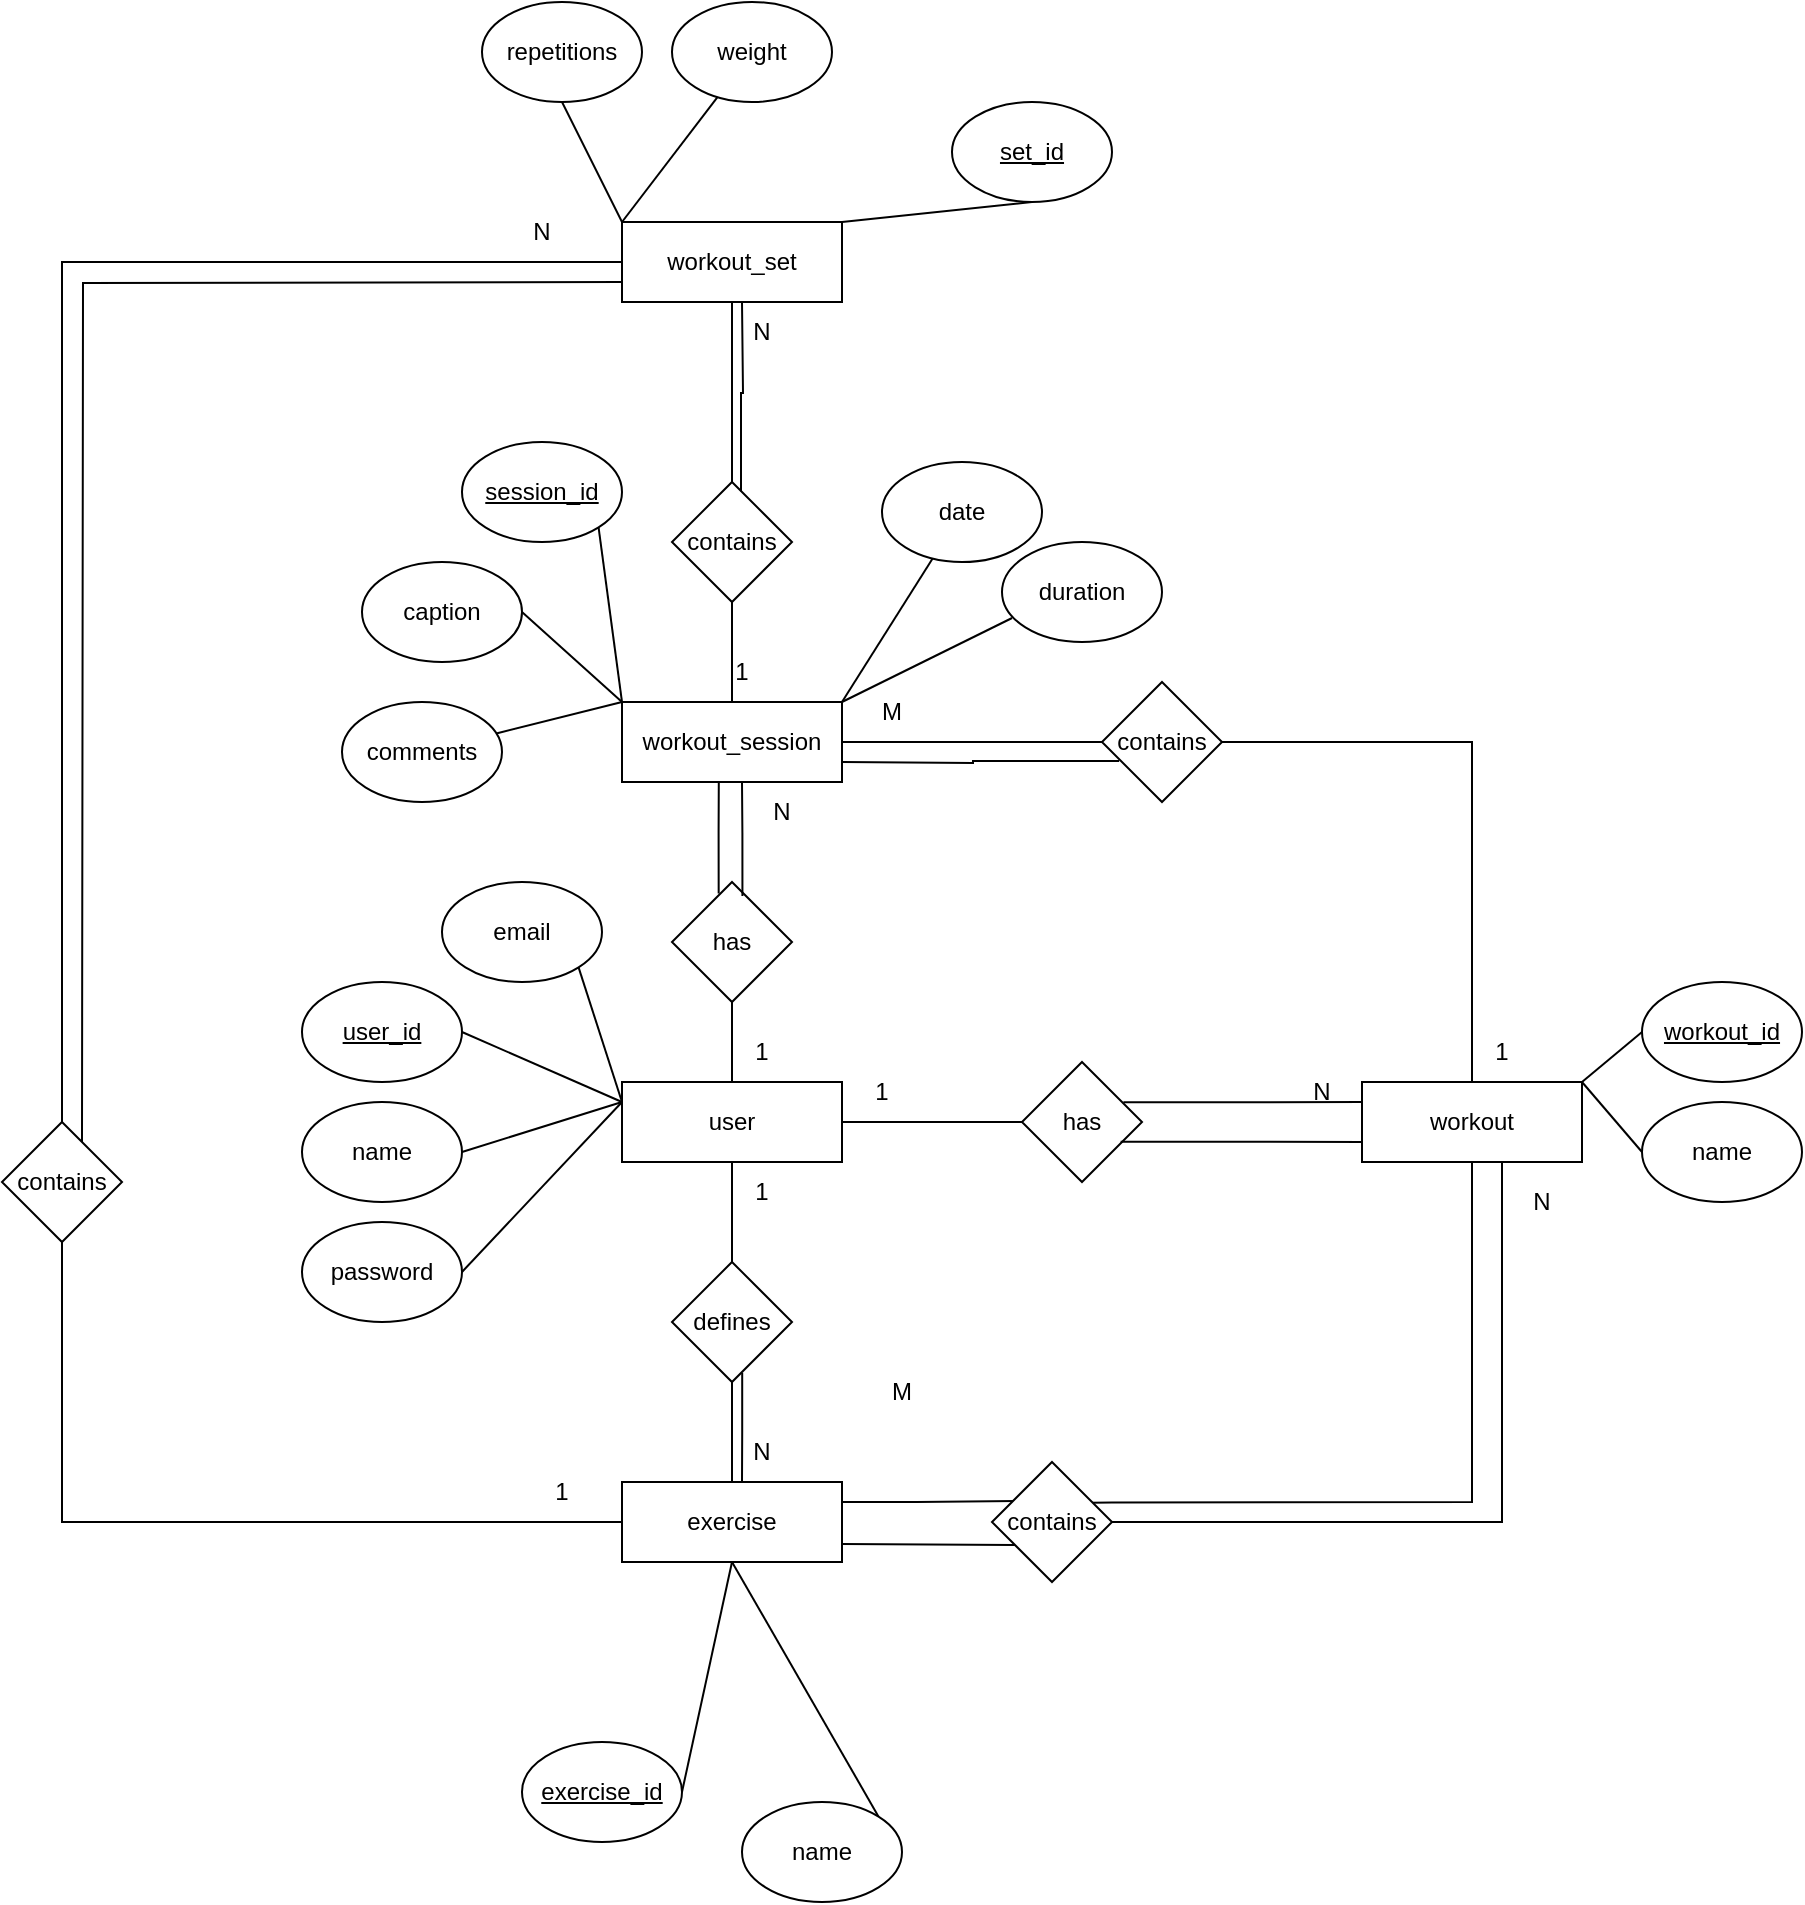
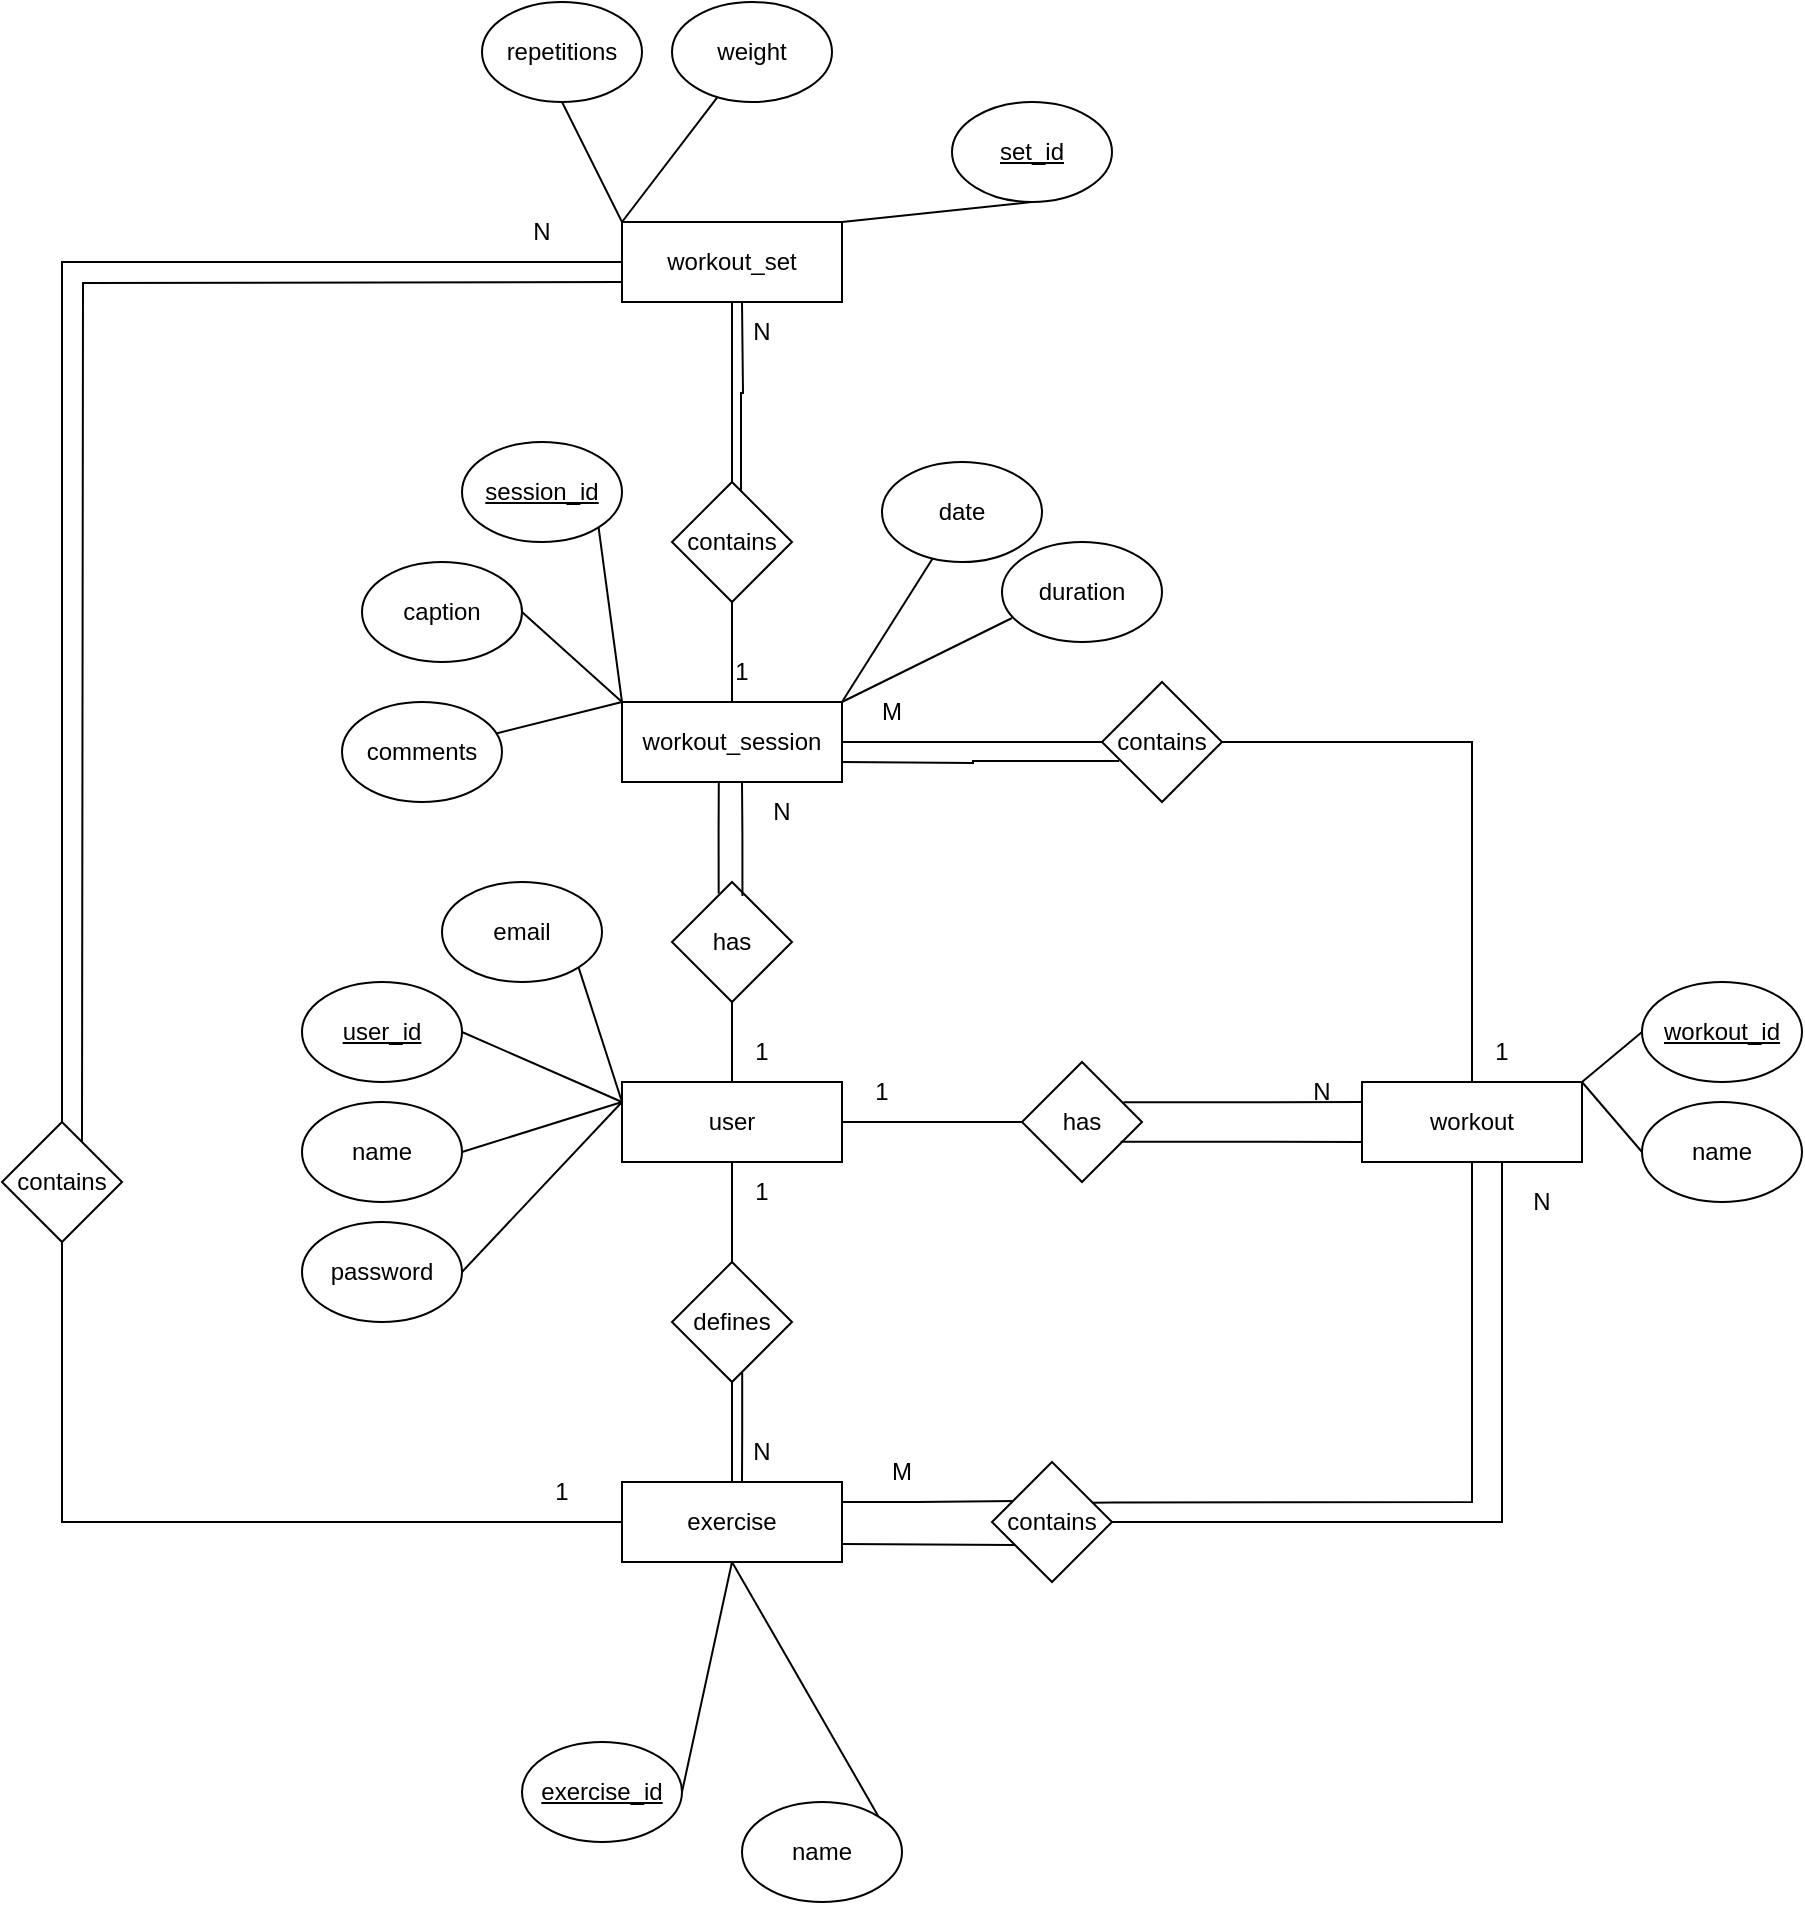
- <mxfile host="app.diagrams.net" agent="Mozilla/5.0 (Windows NT 10.0; Win64; x64) AppleWebKit/537.36 (KHTML, like Gecko) Chrome/144.0.0.0 Safari/537.36" version="29.3.8">
+ <mxfile host="app.diagrams.net" agent="Mozilla/5.0 (Windows NT 10.0; Win64; x64) AppleWebKit/537.36 (KHTML, like Gecko) Chrome/145.0.0.0 Safari/537.36" version="29.5.0">
  <diagram name="Page-1" id="24NxAGYDteIcFONQerQG">
-     <mxGraphModel dx="2063" dy="1723" grid="1" gridSize="10" guides="1" tooltips="1" connect="1" arrows="1" fold="1" page="1" pageScale="1" pageWidth="850" pageHeight="1100" math="0" shadow="0">
+     <mxGraphModel dx="2127" dy="1756" grid="1" gridSize="10" guides="1" tooltips="1" connect="1" arrows="1" fold="1" page="1" pageScale="1" pageWidth="850" pageHeight="1100" math="0" shadow="0">
      <root>
        <mxCell id="0" />
        <mxCell id="1" parent="0" />
        <mxCell id="qYIbFZwFZkYUylo6OnT9-51" edge="1" parent="1" source="qYIbFZwFZkYUylo6OnT9-1" style="edgeStyle=orthogonalEdgeStyle;rounded=0;orthogonalLoop=1;jettySize=auto;html=1;exitX=0.5;exitY=0;exitDx=0;exitDy=0;endArrow=none;endFill=0;" target="qYIbFZwFZkYUylo6OnT9-11">
          <mxGeometry relative="1" as="geometry" />
        </mxCell>
        <mxCell id="qYIbFZwFZkYUylo6OnT9-55" edge="1" parent="1" source="qYIbFZwFZkYUylo6OnT9-1" style="edgeStyle=orthogonalEdgeStyle;rounded=0;orthogonalLoop=1;jettySize=auto;html=1;exitX=1;exitY=0.5;exitDx=0;exitDy=0;entryX=0;entryY=0.5;entryDx=0;entryDy=0;endArrow=none;endFill=0;" target="qYIbFZwFZkYUylo6OnT9-8">
          <mxGeometry relative="1" as="geometry" />
        </mxCell>
        <mxCell id="qYIbFZwFZkYUylo6OnT9-59" edge="1" parent="1" source="qYIbFZwFZkYUylo6OnT9-1" style="edgeStyle=orthogonalEdgeStyle;rounded=0;orthogonalLoop=1;jettySize=auto;html=1;exitX=0.5;exitY=1;exitDx=0;exitDy=0;entryX=0.5;entryY=0;entryDx=0;entryDy=0;endArrow=none;endFill=0;" target="qYIbFZwFZkYUylo6OnT9-10">
          <mxGeometry relative="1" as="geometry" />
        </mxCell>
        <mxCell id="qYIbFZwFZkYUylo6OnT9-1" parent="1" style="rounded=0;whiteSpace=wrap;html=1;" value="user" vertex="1">
          <mxGeometry height="40" width="110" x="180" y="490" as="geometry" />
        </mxCell>
        <mxCell id="qYIbFZwFZkYUylo6OnT9-40" edge="1" parent="1" source="qYIbFZwFZkYUylo6OnT9-2" style="rounded=0;orthogonalLoop=1;jettySize=auto;html=1;exitX=0;exitY=0;exitDx=0;exitDy=0;entryX=1;entryY=1;entryDx=0;entryDy=0;endArrow=none;endFill=0;" target="qYIbFZwFZkYUylo6OnT9-22">
          <mxGeometry relative="1" as="geometry" />
        </mxCell>
        <mxCell id="qYIbFZwFZkYUylo6OnT9-41" edge="1" parent="1" source="qYIbFZwFZkYUylo6OnT9-2" style="rounded=0;orthogonalLoop=1;jettySize=auto;html=1;exitX=0;exitY=0;exitDx=0;exitDy=0;entryX=1;entryY=0.5;entryDx=0;entryDy=0;endArrow=none;endFill=0;" target="qYIbFZwFZkYUylo6OnT9-23">
          <mxGeometry relative="1" as="geometry" />
        </mxCell>
        <mxCell id="qYIbFZwFZkYUylo6OnT9-42" edge="1" parent="1" source="qYIbFZwFZkYUylo6OnT9-2" style="rounded=0;orthogonalLoop=1;jettySize=auto;html=1;exitX=0;exitY=0;exitDx=0;exitDy=0;endArrow=none;endFill=0;" target="qYIbFZwFZkYUylo6OnT9-24">
          <mxGeometry relative="1" as="geometry" />
        </mxCell>
        <mxCell id="qYIbFZwFZkYUylo6OnT9-43" edge="1" parent="1" source="qYIbFZwFZkYUylo6OnT9-2" style="rounded=0;orthogonalLoop=1;jettySize=auto;html=1;exitX=1;exitY=0;exitDx=0;exitDy=0;endArrow=none;endFill=0;" target="qYIbFZwFZkYUylo6OnT9-26">
          <mxGeometry relative="1" as="geometry" />
        </mxCell>
        <mxCell id="qYIbFZwFZkYUylo6OnT9-67" edge="1" parent="1" source="qYIbFZwFZkYUylo6OnT9-2" style="edgeStyle=orthogonalEdgeStyle;rounded=0;orthogonalLoop=1;jettySize=auto;html=1;exitX=0.5;exitY=0;exitDx=0;exitDy=0;entryX=0.5;entryY=1;entryDx=0;entryDy=0;endArrow=none;endFill=0;" target="qYIbFZwFZkYUylo6OnT9-12">
          <mxGeometry relative="1" as="geometry" />
        </mxCell>
        <mxCell id="qYIbFZwFZkYUylo6OnT9-72" edge="1" parent="1" source="qYIbFZwFZkYUylo6OnT9-2" style="edgeStyle=orthogonalEdgeStyle;rounded=0;orthogonalLoop=1;jettySize=auto;html=1;exitX=1;exitY=0.5;exitDx=0;exitDy=0;entryX=0;entryY=0.5;entryDx=0;entryDy=0;endArrow=none;endFill=0;" target="qYIbFZwFZkYUylo6OnT9-13">
          <mxGeometry relative="1" as="geometry" />
        </mxCell>
        <mxCell id="qYIbFZwFZkYUylo6OnT9-2" parent="1" style="rounded=0;whiteSpace=wrap;html=1;" value="workout_session" vertex="1">
          <mxGeometry height="40" width="110" x="180" y="300" as="geometry" />
        </mxCell>
        <mxCell id="qYIbFZwFZkYUylo6OnT9-38" edge="1" parent="1" source="qYIbFZwFZkYUylo6OnT9-3" style="rounded=0;orthogonalLoop=1;jettySize=auto;html=1;exitX=1;exitY=0;exitDx=0;exitDy=0;entryX=0;entryY=0.5;entryDx=0;entryDy=0;endArrow=none;endFill=0;" target="qYIbFZwFZkYUylo6OnT9-20">
          <mxGeometry relative="1" as="geometry" />
        </mxCell>
        <mxCell id="qYIbFZwFZkYUylo6OnT9-39" edge="1" parent="1" source="qYIbFZwFZkYUylo6OnT9-3" style="rounded=0;orthogonalLoop=1;jettySize=auto;html=1;exitX=1;exitY=0;exitDx=0;exitDy=0;entryX=0;entryY=0.5;entryDx=0;entryDy=0;endArrow=none;endFill=0;" target="qYIbFZwFZkYUylo6OnT9-21">
          <mxGeometry relative="1" as="geometry" />
        </mxCell>
        <mxCell id="qYIbFZwFZkYUylo6OnT9-71" edge="1" parent="1" source="qYIbFZwFZkYUylo6OnT9-3" style="edgeStyle=orthogonalEdgeStyle;rounded=0;orthogonalLoop=1;jettySize=auto;html=1;exitX=0.5;exitY=0;exitDx=0;exitDy=0;entryX=1;entryY=0.5;entryDx=0;entryDy=0;endArrow=none;endFill=0;" target="qYIbFZwFZkYUylo6OnT9-13">
          <mxGeometry relative="1" as="geometry" />
        </mxCell>
        <mxCell id="qYIbFZwFZkYUylo6OnT9-3" parent="1" style="rounded=0;whiteSpace=wrap;html=1;" value="workout" vertex="1">
          <mxGeometry height="40" width="110" x="550" y="490" as="geometry" />
        </mxCell>
        <mxCell id="qYIbFZwFZkYUylo6OnT9-63" edge="1" parent="1" source="qYIbFZwFZkYUylo6OnT9-4" style="edgeStyle=orthogonalEdgeStyle;rounded=0;orthogonalLoop=1;jettySize=auto;html=1;exitX=1;exitY=0.25;exitDx=0;exitDy=0;entryX=0.204;entryY=0.326;entryDx=0;entryDy=0;endArrow=none;endFill=0;entryPerimeter=0;" target="qYIbFZwFZkYUylo6OnT9-9">
          <mxGeometry relative="1" as="geometry" />
        </mxCell>
        <mxCell id="qYIbFZwFZkYUylo6OnT9-78" edge="1" parent="1" source="qYIbFZwFZkYUylo6OnT9-4" style="edgeStyle=orthogonalEdgeStyle;rounded=0;orthogonalLoop=1;jettySize=auto;html=1;exitX=0;exitY=0.5;exitDx=0;exitDy=0;entryX=0.5;entryY=1;entryDx=0;entryDy=0;endArrow=none;endFill=0;" target="qYIbFZwFZkYUylo6OnT9-76">
          <mxGeometry relative="1" as="geometry" />
        </mxCell>
        <mxCell id="qYIbFZwFZkYUylo6OnT9-4" parent="1" style="rounded=0;whiteSpace=wrap;html=1;" value="exercise" vertex="1">
          <mxGeometry height="40" width="110" x="180" y="690" as="geometry" />
        </mxCell>
        <mxCell id="qYIbFZwFZkYUylo6OnT9-46" edge="1" parent="1" source="qYIbFZwFZkYUylo6OnT9-6" style="rounded=0;orthogonalLoop=1;jettySize=auto;html=1;exitX=0;exitY=0;exitDx=0;exitDy=0;entryX=0.5;entryY=1;entryDx=0;entryDy=0;endArrow=none;endFill=0;" target="qYIbFZwFZkYUylo6OnT9-27">
          <mxGeometry relative="1" as="geometry" />
        </mxCell>
        <mxCell id="qYIbFZwFZkYUylo6OnT9-49" edge="1" parent="1" source="qYIbFZwFZkYUylo6OnT9-6" style="rounded=0;orthogonalLoop=1;jettySize=auto;html=1;exitX=1;exitY=0;exitDx=0;exitDy=0;entryX=0.5;entryY=1;entryDx=0;entryDy=0;endArrow=none;endFill=0;" target="qYIbFZwFZkYUylo6OnT9-30">
          <mxGeometry relative="1" as="geometry" />
        </mxCell>
        <mxCell id="qYIbFZwFZkYUylo6OnT9-77" edge="1" parent="1" source="qYIbFZwFZkYUylo6OnT9-6" style="edgeStyle=orthogonalEdgeStyle;rounded=0;orthogonalLoop=1;jettySize=auto;html=1;exitX=0;exitY=0.5;exitDx=0;exitDy=0;endArrow=none;endFill=0;" target="qYIbFZwFZkYUylo6OnT9-76">
          <mxGeometry relative="1" as="geometry" />
        </mxCell>
        <mxCell id="qYIbFZwFZkYUylo6OnT9-6" parent="1" style="rounded=0;whiteSpace=wrap;html=1;" value="workout_set" vertex="1">
          <mxGeometry height="40" width="110" x="180" y="60" as="geometry" />
        </mxCell>
        <mxCell id="qYIbFZwFZkYUylo6OnT9-56" edge="1" parent="1" source="qYIbFZwFZkYUylo6OnT9-8" style="edgeStyle=orthogonalEdgeStyle;rounded=0;orthogonalLoop=1;jettySize=auto;html=1;exitX=0.845;exitY=0.335;exitDx=0;exitDy=0;entryX=0;entryY=0.5;entryDx=0;entryDy=0;endArrow=none;endFill=0;exitPerimeter=0;">
          <mxGeometry relative="1" as="geometry">
            <mxPoint x="440" y="500" as="sourcePoint" />
            <mxPoint x="550" y="500" as="targetPoint" />
          </mxGeometry>
        </mxCell>
        <mxCell id="qYIbFZwFZkYUylo6OnT9-8" parent="1" style="rhombus;whiteSpace=wrap;html=1;" value="has" vertex="1">
          <mxGeometry height="60" width="60" x="380" y="480" as="geometry" />
        </mxCell>
        <mxCell id="qYIbFZwFZkYUylo6OnT9-64" edge="1" parent="1" source="qYIbFZwFZkYUylo6OnT9-9" style="edgeStyle=orthogonalEdgeStyle;rounded=0;orthogonalLoop=1;jettySize=auto;html=1;exitX=0.821;exitY=0.339;exitDx=0;exitDy=0;entryX=0.5;entryY=1;entryDx=0;entryDy=0;endArrow=none;endFill=0;exitPerimeter=0;" target="qYIbFZwFZkYUylo6OnT9-3">
          <mxGeometry relative="1" as="geometry">
            <Array as="points">
              <mxPoint x="425" y="700" />
              <mxPoint x="605" y="700" />
            </Array>
          </mxGeometry>
        </mxCell>
        <mxCell id="qYIbFZwFZkYUylo6OnT9-9" parent="1" style="rhombus;whiteSpace=wrap;html=1;" value="contains" vertex="1">
          <mxGeometry height="60" width="60" x="365" y="680" as="geometry" />
        </mxCell>
        <mxCell id="qYIbFZwFZkYUylo6OnT9-60" edge="1" parent="1" source="qYIbFZwFZkYUylo6OnT9-10" style="edgeStyle=orthogonalEdgeStyle;rounded=0;orthogonalLoop=1;jettySize=auto;html=1;exitX=0.5;exitY=1;exitDx=0;exitDy=0;entryX=0.5;entryY=0;entryDx=0;entryDy=0;endArrow=none;endFill=0;" target="qYIbFZwFZkYUylo6OnT9-4">
          <mxGeometry relative="1" as="geometry" />
        </mxCell>
        <mxCell id="qYIbFZwFZkYUylo6OnT9-10" parent="1" style="rhombus;whiteSpace=wrap;html=1;" value="defines" vertex="1">
          <mxGeometry height="60" width="60" x="205" y="580" as="geometry" />
        </mxCell>
        <mxCell id="qYIbFZwFZkYUylo6OnT9-52" edge="1" parent="1" source="qYIbFZwFZkYUylo6OnT9-11" style="edgeStyle=orthogonalEdgeStyle;rounded=0;orthogonalLoop=1;jettySize=auto;html=1;exitX=0.389;exitY=0.095;exitDx=0;exitDy=0;entryX=0.44;entryY=0.992;entryDx=0;entryDy=0;endArrow=none;endFill=0;entryPerimeter=0;exitPerimeter=0;" target="qYIbFZwFZkYUylo6OnT9-2">
          <mxGeometry relative="1" as="geometry" />
        </mxCell>
        <mxCell id="qYIbFZwFZkYUylo6OnT9-11" parent="1" style="rhombus;whiteSpace=wrap;html=1;" value="has" vertex="1">
          <mxGeometry height="60" width="60" x="205" y="390" as="geometry" />
        </mxCell>
        <mxCell id="qYIbFZwFZkYUylo6OnT9-68" edge="1" parent="1" source="qYIbFZwFZkYUylo6OnT9-12" style="edgeStyle=orthogonalEdgeStyle;rounded=0;orthogonalLoop=1;jettySize=auto;html=1;exitX=0.5;exitY=0;exitDx=0;exitDy=0;entryX=0.5;entryY=1;entryDx=0;entryDy=0;endArrow=none;endFill=0;" target="qYIbFZwFZkYUylo6OnT9-6">
          <mxGeometry relative="1" as="geometry" />
        </mxCell>
        <mxCell id="qYIbFZwFZkYUylo6OnT9-12" parent="1" style="rhombus;whiteSpace=wrap;html=1;" value="contains" vertex="1">
          <mxGeometry height="60" width="60" x="205" y="190" as="geometry" />
        </mxCell>
        <mxCell id="qYIbFZwFZkYUylo6OnT9-13" parent="1" style="rhombus;whiteSpace=wrap;html=1;" value="contains" vertex="1">
          <mxGeometry height="60" width="60" x="420" y="290" as="geometry" />
        </mxCell>
        <mxCell id="qYIbFZwFZkYUylo6OnT9-33" edge="1" parent="1" source="qYIbFZwFZkYUylo6OnT9-14" style="rounded=0;orthogonalLoop=1;jettySize=auto;html=1;exitX=1;exitY=0.5;exitDx=0;exitDy=0;entryX=0;entryY=0.25;entryDx=0;entryDy=0;endArrow=none;endFill=0;" target="qYIbFZwFZkYUylo6OnT9-1">
          <mxGeometry relative="1" as="geometry" />
        </mxCell>
        <mxCell id="qYIbFZwFZkYUylo6OnT9-14" parent="1" style="ellipse;whiteSpace=wrap;html=1;" value="&lt;u&gt;user_id&lt;/u&gt;" vertex="1">
          <mxGeometry height="50" width="80" x="20" y="440" as="geometry" />
        </mxCell>
        <mxCell id="qYIbFZwFZkYUylo6OnT9-34" edge="1" parent="1" source="qYIbFZwFZkYUylo6OnT9-15" style="rounded=0;orthogonalLoop=1;jettySize=auto;html=1;exitX=1;exitY=0.5;exitDx=0;exitDy=0;endArrow=none;endFill=0;">
          <mxGeometry relative="1" as="geometry">
            <mxPoint x="180" y="500" as="targetPoint" />
          </mxGeometry>
        </mxCell>
        <mxCell id="qYIbFZwFZkYUylo6OnT9-15" parent="1" style="ellipse;whiteSpace=wrap;html=1;" value="name" vertex="1">
          <mxGeometry height="50" width="80" x="20" y="500" as="geometry" />
        </mxCell>
        <mxCell id="qYIbFZwFZkYUylo6OnT9-35" edge="1" parent="1" source="qYIbFZwFZkYUylo6OnT9-16" style="rounded=0;orthogonalLoop=1;jettySize=auto;html=1;exitX=1;exitY=0.5;exitDx=0;exitDy=0;endArrow=none;endFill=0;">
          <mxGeometry relative="1" as="geometry">
            <mxPoint x="180" y="500" as="targetPoint" />
          </mxGeometry>
        </mxCell>
        <mxCell id="qYIbFZwFZkYUylo6OnT9-16" parent="1" style="ellipse;whiteSpace=wrap;html=1;" value="password" vertex="1">
          <mxGeometry height="50" width="80" x="20" y="560" as="geometry" />
        </mxCell>
        <mxCell id="qYIbFZwFZkYUylo6OnT9-32" edge="1" parent="1" source="qYIbFZwFZkYUylo6OnT9-17" style="rounded=0;orthogonalLoop=1;jettySize=auto;html=1;exitX=1;exitY=1;exitDx=0;exitDy=0;entryX=0;entryY=0.25;entryDx=0;entryDy=0;endArrow=none;endFill=0;" target="qYIbFZwFZkYUylo6OnT9-1">
          <mxGeometry relative="1" as="geometry" />
        </mxCell>
        <mxCell id="qYIbFZwFZkYUylo6OnT9-17" parent="1" style="ellipse;whiteSpace=wrap;html=1;" value="email" vertex="1">
          <mxGeometry height="50" width="80" x="90" y="390" as="geometry" />
        </mxCell>
        <mxCell id="qYIbFZwFZkYUylo6OnT9-36" edge="1" parent="1" source="qYIbFZwFZkYUylo6OnT9-18" style="rounded=0;orthogonalLoop=1;jettySize=auto;html=1;exitX=1;exitY=0.5;exitDx=0;exitDy=0;entryX=0.5;entryY=1;entryDx=0;entryDy=0;endArrow=none;endFill=0;" target="qYIbFZwFZkYUylo6OnT9-4">
          <mxGeometry relative="1" as="geometry" />
        </mxCell>
        <mxCell id="qYIbFZwFZkYUylo6OnT9-18" parent="1" style="ellipse;whiteSpace=wrap;html=1;" value="&lt;u&gt;exercise_id&lt;/u&gt;" vertex="1">
          <mxGeometry height="50" width="80" x="130" y="820" as="geometry" />
        </mxCell>
        <mxCell id="qYIbFZwFZkYUylo6OnT9-37" edge="1" parent="1" source="qYIbFZwFZkYUylo6OnT9-19" style="rounded=0;orthogonalLoop=1;jettySize=auto;html=1;exitX=1;exitY=0;exitDx=0;exitDy=0;entryX=0.5;entryY=1;entryDx=0;entryDy=0;endArrow=none;endFill=0;" target="qYIbFZwFZkYUylo6OnT9-4">
          <mxGeometry relative="1" as="geometry" />
        </mxCell>
        <mxCell id="qYIbFZwFZkYUylo6OnT9-19" parent="1" style="ellipse;whiteSpace=wrap;html=1;" value="name" vertex="1">
          <mxGeometry height="50" width="80" x="240" y="850" as="geometry" />
        </mxCell>
        <mxCell id="qYIbFZwFZkYUylo6OnT9-20" parent="1" style="ellipse;whiteSpace=wrap;html=1;" value="&lt;u&gt;workout_id&lt;/u&gt;" vertex="1">
          <mxGeometry height="50" width="80" x="690" y="440" as="geometry" />
        </mxCell>
        <mxCell id="qYIbFZwFZkYUylo6OnT9-21" parent="1" style="ellipse;whiteSpace=wrap;html=1;" value="name" vertex="1">
          <mxGeometry height="50" width="80" x="690" y="500" as="geometry" />
        </mxCell>
        <mxCell id="qYIbFZwFZkYUylo6OnT9-22" parent="1" style="ellipse;whiteSpace=wrap;html=1;" value="&lt;u&gt;session_id&lt;/u&gt;" vertex="1">
          <mxGeometry height="50" width="80" x="100" y="170" as="geometry" />
        </mxCell>
        <mxCell id="qYIbFZwFZkYUylo6OnT9-23" parent="1" style="ellipse;whiteSpace=wrap;html=1;" value="caption" vertex="1">
          <mxGeometry height="50" width="80" x="50" y="230" as="geometry" />
        </mxCell>
        <mxCell id="qYIbFZwFZkYUylo6OnT9-24" parent="1" style="ellipse;whiteSpace=wrap;html=1;" value="comments" vertex="1">
          <mxGeometry height="50" width="80" x="40" y="300" as="geometry" />
        </mxCell>
        <mxCell id="qYIbFZwFZkYUylo6OnT9-26" parent="1" style="ellipse;whiteSpace=wrap;html=1;" value="date" vertex="1">
          <mxGeometry height="50" width="80" x="310" y="180" as="geometry" />
        </mxCell>
        <mxCell id="qYIbFZwFZkYUylo6OnT9-27" parent="1" style="ellipse;whiteSpace=wrap;html=1;" value="repetitions" vertex="1">
          <mxGeometry height="50" width="80" x="110" y="-50" as="geometry" />
        </mxCell>
        <mxCell id="qYIbFZwFZkYUylo6OnT9-28" parent="1" style="ellipse;whiteSpace=wrap;html=1;" value="weight" vertex="1">
          <mxGeometry height="50" width="80" x="205" y="-50" as="geometry" />
        </mxCell>
        <mxCell id="qYIbFZwFZkYUylo6OnT9-30" parent="1" style="ellipse;whiteSpace=wrap;html=1;" value="&lt;u&gt;set_id&lt;/u&gt;" vertex="1">
          <mxGeometry height="50" width="80" x="345" as="geometry" />
        </mxCell>
        <mxCell id="qYIbFZwFZkYUylo6OnT9-44" parent="1" style="ellipse;whiteSpace=wrap;html=1;" value="duration" vertex="1">
          <mxGeometry height="50" width="80" x="370" y="220" as="geometry" />
        </mxCell>
        <mxCell id="qYIbFZwFZkYUylo6OnT9-45" edge="1" parent="1" source="qYIbFZwFZkYUylo6OnT9-2" style="rounded=0;orthogonalLoop=1;jettySize=auto;html=1;exitX=1;exitY=0;exitDx=0;exitDy=0;entryX=0.063;entryY=0.76;entryDx=0;entryDy=0;entryPerimeter=0;endArrow=none;endFill=0;" target="qYIbFZwFZkYUylo6OnT9-44">
          <mxGeometry relative="1" as="geometry" />
        </mxCell>
        <mxCell id="qYIbFZwFZkYUylo6OnT9-50" edge="1" parent="1" source="qYIbFZwFZkYUylo6OnT9-6" style="rounded=0;orthogonalLoop=1;jettySize=auto;html=1;exitX=0;exitY=0;exitDx=0;exitDy=0;endArrow=none;endFill=0;" target="qYIbFZwFZkYUylo6OnT9-28">
          <mxGeometry relative="1" as="geometry">
            <mxPoint x="180" y="60" as="sourcePoint" />
            <mxPoint x="245" as="targetPoint" />
          </mxGeometry>
        </mxCell>
        <mxCell id="qYIbFZwFZkYUylo6OnT9-53" parent="1" style="text;html=1;whiteSpace=wrap;strokeColor=none;fillColor=none;align=center;verticalAlign=middle;rounded=0;" value="1" vertex="1">
          <mxGeometry height="30" width="60" x="220" y="460" as="geometry" />
        </mxCell>
        <mxCell id="qYIbFZwFZkYUylo6OnT9-54" parent="1" style="text;html=1;whiteSpace=wrap;strokeColor=none;fillColor=none;align=center;verticalAlign=middle;rounded=0;" value="N" vertex="1">
          <mxGeometry height="30" width="60" x="230" y="340" as="geometry" />
        </mxCell>
        <mxCell id="qYIbFZwFZkYUylo6OnT9-57" parent="1" style="text;html=1;whiteSpace=wrap;strokeColor=none;fillColor=none;align=center;verticalAlign=middle;rounded=0;" value="1" vertex="1">
          <mxGeometry height="30" width="60" x="280" y="480" as="geometry" />
        </mxCell>
        <mxCell id="qYIbFZwFZkYUylo6OnT9-58" parent="1" style="text;html=1;whiteSpace=wrap;strokeColor=none;fillColor=none;align=center;verticalAlign=middle;rounded=0;" value="N" vertex="1">
          <mxGeometry height="30" width="60" x="500" y="480" as="geometry" />
        </mxCell>
        <mxCell id="qYIbFZwFZkYUylo6OnT9-61" parent="1" style="text;html=1;whiteSpace=wrap;strokeColor=none;fillColor=none;align=center;verticalAlign=middle;rounded=0;" value="1" vertex="1">
          <mxGeometry height="30" width="60" x="220" y="530" as="geometry" />
        </mxCell>
        <mxCell id="qYIbFZwFZkYUylo6OnT9-62" parent="1" style="text;html=1;whiteSpace=wrap;strokeColor=none;fillColor=none;align=center;verticalAlign=middle;rounded=0;" value="N" vertex="1">
          <mxGeometry height="30" width="60" x="220" y="660" as="geometry" />
        </mxCell>
        <mxCell id="qYIbFZwFZkYUylo6OnT9-65" parent="1" style="text;html=1;whiteSpace=wrap;strokeColor=none;fillColor=none;align=center;verticalAlign=middle;rounded=0;" value="M" vertex="1">
-           <mxGeometry height="30" width="60" x="290" y="630" as="geometry" />
+           <mxGeometry height="30" width="60" x="290" y="670" as="geometry" />
        </mxCell>
        <mxCell id="qYIbFZwFZkYUylo6OnT9-66" parent="1" style="text;html=1;whiteSpace=wrap;strokeColor=none;fillColor=none;align=center;verticalAlign=middle;rounded=0;" value="N" vertex="1">
          <mxGeometry height="30" width="60" x="610" y="535" as="geometry" />
        </mxCell>
        <mxCell id="qYIbFZwFZkYUylo6OnT9-69" parent="1" style="text;html=1;whiteSpace=wrap;strokeColor=none;fillColor=none;align=center;verticalAlign=middle;rounded=0;" value="1" vertex="1">
          <mxGeometry height="30" width="60" x="210" y="270" as="geometry" />
        </mxCell>
        <mxCell id="qYIbFZwFZkYUylo6OnT9-70" parent="1" style="text;html=1;whiteSpace=wrap;strokeColor=none;fillColor=none;align=center;verticalAlign=middle;rounded=0;" value="N" vertex="1">
          <mxGeometry height="30" width="60" x="220" y="100" as="geometry" />
        </mxCell>
        <mxCell id="qYIbFZwFZkYUylo6OnT9-73" parent="1" style="text;html=1;whiteSpace=wrap;strokeColor=none;fillColor=none;align=center;verticalAlign=middle;rounded=0;" value="M" vertex="1">
          <mxGeometry height="30" width="60" x="285" y="290" as="geometry" />
        </mxCell>
        <mxCell id="qYIbFZwFZkYUylo6OnT9-74" parent="1" style="text;html=1;whiteSpace=wrap;strokeColor=none;fillColor=none;align=center;verticalAlign=middle;rounded=0;" value="1" vertex="1">
          <mxGeometry height="30" width="60" x="590" y="460" as="geometry" />
        </mxCell>
        <mxCell id="qYIbFZwFZkYUylo6OnT9-76" parent="1" style="rhombus;whiteSpace=wrap;html=1;" value="contains" vertex="1">
          <mxGeometry height="60" width="60" x="-130" y="510" as="geometry" />
        </mxCell>
        <mxCell id="qYIbFZwFZkYUylo6OnT9-79" parent="1" style="text;html=1;whiteSpace=wrap;strokeColor=none;fillColor=none;align=center;verticalAlign=middle;rounded=0;" value="1" vertex="1">
          <mxGeometry height="30" width="60" x="120" y="680" as="geometry" />
        </mxCell>
        <mxCell id="qYIbFZwFZkYUylo6OnT9-80" parent="1" style="text;html=1;whiteSpace=wrap;strokeColor=none;fillColor=none;align=center;verticalAlign=middle;rounded=0;" value="N" vertex="1">
          <mxGeometry height="30" width="60" x="110" y="50" as="geometry" />
        </mxCell>
        <mxCell id="qYIbFZwFZkYUylo6OnT9-81" edge="1" parent="1" style="edgeStyle=orthogonalEdgeStyle;rounded=0;orthogonalLoop=1;jettySize=auto;html=1;exitX=1;exitY=0.25;exitDx=0;exitDy=0;entryX=0.191;entryY=0.691;entryDx=0;entryDy=0;endArrow=none;endFill=0;entryPerimeter=0;" target="qYIbFZwFZkYUylo6OnT9-9">
          <mxGeometry relative="1" as="geometry">
            <mxPoint x="290" y="721" as="sourcePoint" />
            <mxPoint x="373" y="720" as="targetPoint" />
          </mxGeometry>
        </mxCell>
        <mxCell id="qYIbFZwFZkYUylo6OnT9-82" edge="1" parent="1" source="qYIbFZwFZkYUylo6OnT9-9" style="edgeStyle=orthogonalEdgeStyle;rounded=0;orthogonalLoop=1;jettySize=auto;html=1;entryX=0.625;entryY=1;entryDx=0;entryDy=0;endArrow=none;endFill=0;entryPerimeter=0;exitX=1;exitY=0.5;exitDx=0;exitDy=0;" target="qYIbFZwFZkYUylo6OnT9-3">
          <mxGeometry relative="1" as="geometry">
            <Array as="points">
              <mxPoint x="620" y="710" />
              <mxPoint x="620" y="530" />
            </Array>
            <mxPoint x="430" y="710" as="sourcePoint" />
            <mxPoint x="620" y="560" as="targetPoint" />
          </mxGeometry>
        </mxCell>
        <mxCell id="qYIbFZwFZkYUylo6OnT9-84" edge="1" parent="1" source="qYIbFZwFZkYUylo6OnT9-8" style="edgeStyle=orthogonalEdgeStyle;rounded=0;orthogonalLoop=1;jettySize=auto;html=1;exitX=0.822;exitY=0.665;exitDx=0;exitDy=0;entryX=0;entryY=0.5;entryDx=0;entryDy=0;endArrow=none;endFill=0;exitPerimeter=0;">
          <mxGeometry relative="1" as="geometry">
            <mxPoint x="440" y="520" as="sourcePoint" />
            <mxPoint x="550" y="520" as="targetPoint" />
          </mxGeometry>
        </mxCell>
        <mxCell id="qYIbFZwFZkYUylo6OnT9-85" edge="1" parent="1" source="qYIbFZwFZkYUylo6OnT9-11" style="edgeStyle=orthogonalEdgeStyle;rounded=0;orthogonalLoop=1;jettySize=auto;html=1;exitX=0.587;exitY=0.117;exitDx=0;exitDy=0;entryX=0.5;entryY=1;entryDx=0;entryDy=0;endArrow=none;endFill=0;exitPerimeter=0;">
          <mxGeometry relative="1" as="geometry">
            <mxPoint x="240" y="390" as="sourcePoint" />
            <mxPoint x="240" y="340" as="targetPoint" />
          </mxGeometry>
        </mxCell>
        <mxCell id="qYIbFZwFZkYUylo6OnT9-86" edge="1" parent="1" style="edgeStyle=orthogonalEdgeStyle;rounded=0;orthogonalLoop=1;jettySize=auto;html=1;exitX=1;exitY=0.5;exitDx=0;exitDy=0;entryX=0.143;entryY=0.658;entryDx=0;entryDy=0;endArrow=none;endFill=0;entryPerimeter=0;" target="qYIbFZwFZkYUylo6OnT9-13">
          <mxGeometry relative="1" as="geometry">
            <mxPoint x="290" y="330" as="sourcePoint" />
            <mxPoint x="420" y="330" as="targetPoint" />
          </mxGeometry>
        </mxCell>
        <mxCell id="qYIbFZwFZkYUylo6OnT9-87" edge="1" parent="1" source="qYIbFZwFZkYUylo6OnT9-12" style="edgeStyle=orthogonalEdgeStyle;rounded=0;orthogonalLoop=1;jettySize=auto;html=1;exitX=0.575;exitY=0.078;exitDx=0;exitDy=0;entryX=0.5;entryY=1;entryDx=0;entryDy=0;endArrow=none;endFill=0;exitPerimeter=0;">
          <mxGeometry relative="1" as="geometry">
            <mxPoint x="240" y="190" as="sourcePoint" />
            <mxPoint x="240" y="100" as="targetPoint" />
          </mxGeometry>
        </mxCell>
        <mxCell id="qYIbFZwFZkYUylo6OnT9-88" edge="1" parent="1" style="edgeStyle=orthogonalEdgeStyle;rounded=0;orthogonalLoop=1;jettySize=auto;html=1;endArrow=none;endFill=0;">
          <mxGeometry relative="1" as="geometry">
            <mxPoint x="180" y="90" as="sourcePoint" />
            <mxPoint x="-90" y="520" as="targetPoint" />
          </mxGeometry>
        </mxCell>
        <mxCell id="qYIbFZwFZkYUylo6OnT9-89" edge="1" parent="1" source="qYIbFZwFZkYUylo6OnT9-10" style="edgeStyle=orthogonalEdgeStyle;rounded=0;orthogonalLoop=1;jettySize=auto;html=1;entryX=0.5;entryY=0;entryDx=0;entryDy=0;endArrow=none;endFill=0;exitX=0.585;exitY=0.922;exitDx=0;exitDy=0;exitPerimeter=0;">
          <mxGeometry relative="1" as="geometry">
            <mxPoint x="240" y="640" as="sourcePoint" />
            <mxPoint x="240" y="690" as="targetPoint" />
          </mxGeometry>
        </mxCell>
      </root>
    </mxGraphModel>
  </diagram>
</mxfile>
